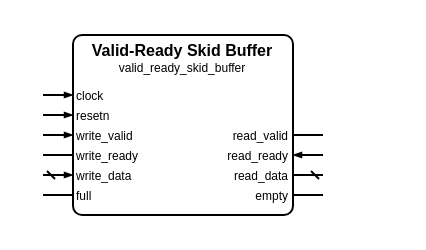
This is sources/data/valid_ready/skid_buffer/valid_ready_skid_buffer.symbol.drawio from Louis-DR/OmniCores-BuildingBlocks, a draw.io file, before an edit. Source tidied: cells renumbered, new cells numbered last; positions are measured from the earlier drawing's top-left corner, leaving out a move shared by most shapes. Both pictures are drawn from the tidied source at 200%, with x=0, y=0 at pixel (42, 34).
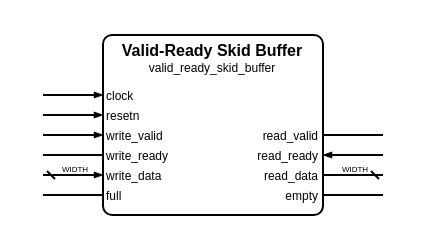
Above is the later version.

Diff of the diagram source:
```diff
@@
     <mxCell id="2" style="group;" parent="1" vertex="1">
-      <mxGeometry width="140" height="90" as="geometry" />
+      <mxGeometry width="170" height="90" as="geometry" />
     </mxCell>
     <mxCell id="3" style="rounded=1;arcSize=5;fillColor=none;strokeWidth=1;strokeColor=black;whiteSpace=wrap;html=1;" parent="2" vertex="1">
-      <mxGeometry x="15" width="110" height="90" as="geometry" />
+      <mxGeometry x="30" width="110" height="90" as="geometry" />
     </mxCell>
     <mxCell id="4" value="Valid-Ready Skid Buffer" style="text;html=1;align=center;verticalAlign=middle;whiteSpace=wrap;rounded=0;fontSize=8;fontStyle=1;fontColor=black;" parent="2" vertex="1">
-      <mxGeometry x="15" y="7" width="110" as="geometry" />
+      <mxGeometry x="30" y="7" width="110" as="geometry" />
     </mxCell>
     <mxCell id="5" value="valid_ready_skid_buffer" style="text;html=1;align=center;verticalAlign=middle;whiteSpace=wrap;rounded=0;fontSize=6;fontStyle=0;fontColor=black;" parent="2" vertex="1">
-      <mxGeometry x="15" y="16" width="110" as="geometry" />
+      <mxGeometry x="30" y="16" width="110" as="geometry" />
     </mxCell>
     <mxCell id="6" value="clock" style="text;html=1;align=left;verticalAlign=middle;whiteSpace=wrap;rounded=0;fontSize=6;fontStyle=0;fontColor=black;" parent="2" vertex="1">
-      <mxGeometry x="15" y="30" width="110" as="geometry" />
+      <mxGeometry x="30" y="30" width="110" as="geometry" />
     </mxCell>
     <mxCell id="7" style="html=1;rounded=1;strokeWidth=1;strokeColor=black;startFill=0;startSize=2;startArrow=none;endFill=1;endSize=2;endArrow=blockThin;sourcePerimeterSpacing=0;" parent="2" edge="1">
       <mxGeometry relative="1" as="geometry">
         <mxPoint y="30" as="sourcePoint" />
-        <mxPoint x="15" y="30" as="targetPoint" />
+        <mxPoint x="30" y="30" as="targetPoint" />
       </mxGeometry>
     </mxCell>
     <mxCell id="8" value="resetn" style="text;html=1;align=left;verticalAlign=middle;whiteSpace=wrap;rounded=0;fontSize=6;fontStyle=0;fontColor=black;" parent="2" vertex="1">
-      <mxGeometry x="15" y="40" width="110" as="geometry" />
+      <mxGeometry x="30" y="40" width="110" as="geometry" />
     </mxCell>
     <mxCell id="9" style="html=1;rounded=1;strokeWidth=1;strokeColor=black;startFill=0;startSize=2;startArrow=none;endFill=1;endSize=2;endArrow=blockThin;sourcePerimeterSpacing=0;" parent="2" edge="1">
       <mxGeometry relative="1" as="geometry">
         <mxPoint y="40" as="sourcePoint" />
-        <mxPoint x="15" y="40" as="targetPoint" />
+        <mxPoint x="30" y="40" as="targetPoint" />
       </mxGeometry>
     </mxCell>
     <mxCell id="10" value="write_valid" style="text;html=1;align=left;verticalAlign=middle;whiteSpace=wrap;rounded=0;fontSize=6;fontStyle=0;fontColor=black;" parent="2" vertex="1">
-      <mxGeometry x="15" y="50" width="110" as="geometry" />
+      <mxGeometry x="30" y="50" width="110" as="geometry" />
     </mxCell>
     <mxCell id="11" style="html=1;rounded=1;strokeWidth=1;strokeColor=black;startFill=0;startSize=2;startArrow=none;endFill=1;endSize=2;endArrow=blockThin;sourcePerimeterSpacing=0;" parent="2" edge="1">
       <mxGeometry relative="1" as="geometry">
         <mxPoint y="50" as="sourcePoint" />
-        <mxPoint x="15" y="50" as="targetPoint" />
+        <mxPoint x="30" y="50" as="targetPoint" />
       </mxGeometry>
     </mxCell>
     <mxCell id="12" value="read_valid" style="text;html=1;align=right;verticalAlign=middle;whiteSpace=wrap;rounded=0;fontSize=6;fontStyle=0;fontColor=black;" parent="2" vertex="1">
-      <mxGeometry x="15" y="50" width="110" as="geometry" />
+      <mxGeometry x="30" y="50" width="110" as="geometry" />
     </mxCell>
     <mxCell id="13" style="html=1;rounded=1;strokeWidth=1;strokeColor=black;startFill=0;startSize=2;startArrow=none;endFill=1;endSize=2;endArrow=none;sourcePerimeterSpacing=0;" parent="2" edge="1">
       <mxGeometry relative="1" as="geometry">
-        <mxPoint x="140" y="50" as="sourcePoint" />
-        <mxPoint x="125" y="50" as="targetPoint" />
+        <mxPoint x="170" y="50" as="sourcePoint" />
+        <mxPoint x="140" y="50" as="targetPoint" />
       </mxGeometry>
     </mxCell>
     <mxCell id="14" value="write_ready" style="text;html=1;align=left;verticalAlign=middle;whiteSpace=wrap;rounded=0;fontSize=6;fontStyle=0;fontColor=black;" parent="2" vertex="1">
-      <mxGeometry x="15" y="60" width="110" as="geometry" />
+      <mxGeometry x="30" y="60" width="110" as="geometry" />
     </mxCell>
     <mxCell id="15" style="html=1;rounded=1;strokeWidth=1;strokeColor=black;startFill=0;startSize=2;startArrow=none;endFill=1;endSize=2;endArrow=none;sourcePerimeterSpacing=0;" parent="2" edge="1">
       <mxGeometry relative="1" as="geometry">
         <mxPoint y="60" as="sourcePoint" />
-        <mxPoint x="15" y="60" as="targetPoint" />
+        <mxPoint x="30" y="60" as="targetPoint" />
       </mxGeometry>
     </mxCell>
     <mxCell id="16" value="read_ready" style="text;html=1;align=right;verticalAlign=middle;whiteSpace=wrap;rounded=0;fontSize=6;fontStyle=0;fontColor=black;" parent="2" vertex="1">
-      <mxGeometry x="15" y="60" width="110" as="geometry" />
+      <mxGeometry x="30" y="60" width="110" as="geometry" />
     </mxCell>
     <mxCell id="17" style="html=1;rounded=1;strokeWidth=1;strokeColor=black;startFill=0;startSize=2;startArrow=none;endFill=1;endSize=2;endArrow=blockThin;sourcePerimeterSpacing=0;" parent="2" edge="1">
       <mxGeometry relative="1" as="geometry">
-        <mxPoint x="140" y="60" as="sourcePoint" />
-        <mxPoint x="125" y="60" as="targetPoint" />
+        <mxPoint x="170" y="60" as="sourcePoint" />
+        <mxPoint x="140" y="60" as="targetPoint" />
       </mxGeometry>
     </mxCell>
     <mxCell id="18" value="write_data" style="text;html=1;align=left;verticalAlign=middle;whiteSpace=wrap;rounded=0;fontSize=6;fontStyle=0;fontColor=black;" parent="2" vertex="1">
-      <mxGeometry x="15" y="70" width="110" as="geometry" />
+      <mxGeometry x="30" y="70" width="110" as="geometry" />
     </mxCell>
     <mxCell id="19" style="html=1;rounded=1;strokeWidth=1;strokeColor=black;startFill=0;startSize=2;startArrow=dash;endFill=1;endSize=2;endArrow=blockThin;sourcePerimeterSpacing=0;" parent="2" edge="1">
       <mxGeometry relative="1" as="geometry">
         <mxPoint y="70" as="sourcePoint" />
-        <mxPoint x="15" y="70" as="targetPoint" />
+        <mxPoint x="30" y="70" as="targetPoint" />
       </mxGeometry>
     </mxCell>
+    <mxCell id="26" value="WIDTH" style="text;html=1;align=center;verticalAlign=middle;whiteSpace=nowrap;rounded=0;fontSize=4;fontStyle=0;fontColor=black;" parent="2" vertex="1">
+      <mxGeometry x="15" y="67" as="geometry" />
+    </mxCell>
     <mxCell id="20" value="read_data" style="text;html=1;align=right;verticalAlign=middle;whiteSpace=wrap;rounded=0;fontSize=6;fontStyle=0;fontColor=black;" parent="2" vertex="1">
-      <mxGeometry x="15" y="70" width="110" as="geometry" />
+      <mxGeometry x="30" y="70" width="110" as="geometry" />
     </mxCell>
     <mxCell id="21" style="html=1;rounded=1;strokeWidth=1;strokeColor=black;startFill=0;startSize=2;startArrow=dash;endFill=1;endSize=2;endArrow=none;sourcePerimeterSpacing=0;" parent="2" edge="1">
       <mxGeometry relative="1" as="geometry">
-        <mxPoint x="140" y="70" as="sourcePoint" />
-        <mxPoint x="125" y="70" as="targetPoint" />
+        <mxPoint x="170" y="70" as="sourcePoint" />
+        <mxPoint x="140" y="70" as="targetPoint" />
       </mxGeometry>
     </mxCell>
+    <mxCell id="27" value="WIDTH" style="text;html=1;align=center;verticalAlign=middle;whiteSpace=nowrap;rounded=0;fontSize=4;fontStyle=0;fontColor=black;" parent="2" vertex="1">
+      <mxGeometry x="155" y="67" as="geometry" />
+    </mxCell>
     <mxCell id="22" value="full" style="text;html=1;align=left;verticalAlign=middle;whiteSpace=wrap;rounded=0;fontSize=6;fontStyle=0;fontColor=black;" parent="2" vertex="1">
-      <mxGeometry x="15" y="80" width="110" as="geometry" />
+      <mxGeometry x="30" y="80" width="110" as="geometry" />
     </mxCell>
     <mxCell id="23" style="html=1;rounded=1;strokeWidth=1;strokeColor=black;startFill=0;startSize=2;startArrow=none;endFill=1;endSize=2;endArrow=none;sourcePerimeterSpacing=0;" parent="2" edge="1">
       <mxGeometry relative="1" as="geometry">
         <mxPoint y="80" as="sourcePoint" />
-        <mxPoint x="15" y="80" as="targetPoint" />
+        <mxPoint x="30" y="80" as="targetPoint" />
       </mxGeometry>
     </mxCell>
     <mxCell id="24" value="empty" style="text;html=1;align=right;verticalAlign=middle;whiteSpace=wrap;rounded=0;fontSize=6;fontStyle=0;fontColor=black;" parent="2" vertex="1">
-      <mxGeometry x="15" y="80" width="110" as="geometry" />
+      <mxGeometry x="30" y="80" width="110" as="geometry" />
     </mxCell>
     <mxCell id="25" style="html=1;rounded=1;strokeWidth=1;strokeColor=black;startFill=0;startSize=2;startArrow=none;endFill=1;endSize=2;endArrow=none;sourcePerimeterSpacing=0;" parent="2" edge="1">
       <mxGeometry relative="1" as="geometry">
-        <mxPoint x="140" y="80" as="sourcePoint" />
-        <mxPoint x="125" y="80" as="targetPoint" />
+        <mxPoint x="170" y="80" as="sourcePoint" />
+        <mxPoint x="140" y="80" as="targetPoint" />
       </mxGeometry>
     </mxCell>
```
